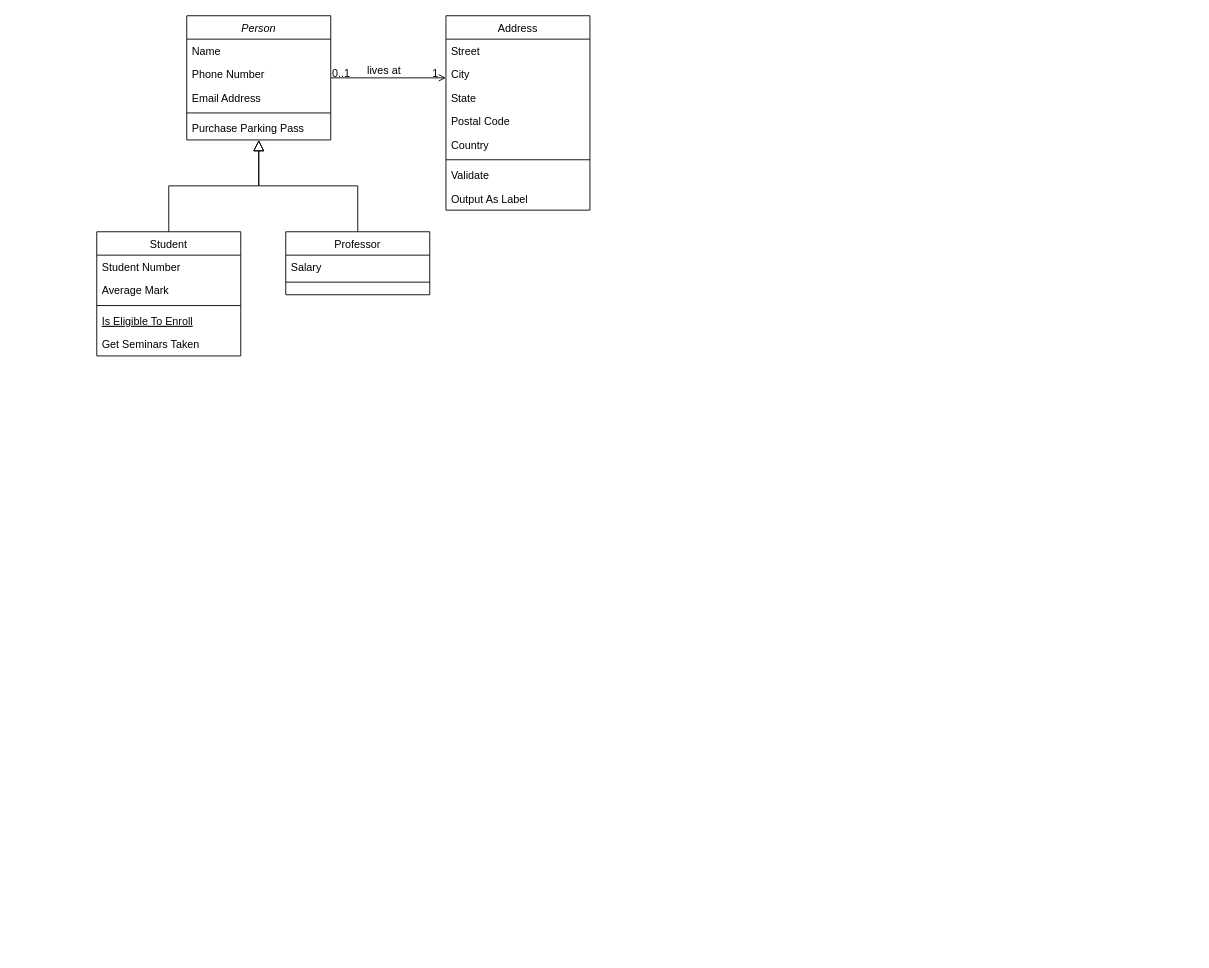
Above: Diagrama de Classes.drawio in bruniculos08/PPR0001 (draw.io), before the change. Source tidied: cells renumbered, new cells numbered last; positions are measured from the earlier drawing's top-left corner, leaving out a move shared by most shapes. Both pictures are drawn from the tidied source at 90%, with x=0, y=0 at pixel (96, 15).
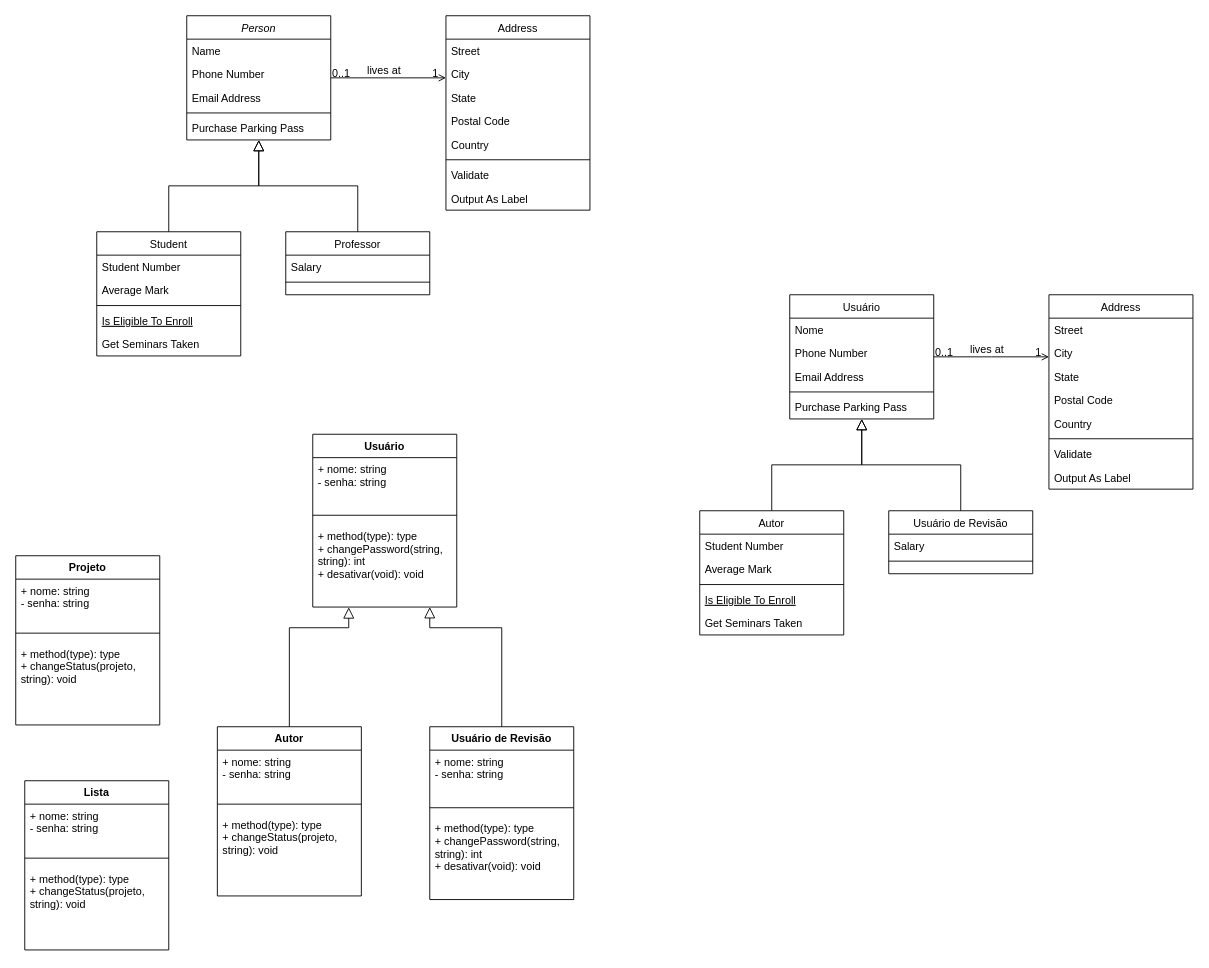
The same diagram, later.

The edit, as a diff of the source:
```diff
@@
+    <mxCell id="32" value="Usuário" style="swimlane;fontStyle=0;align=center;verticalAlign=top;horizontal=1;startSize=26;rounded=0;shadow=0;strokeWidth=1;" parent="1" vertex="1">
+      <mxGeometry x="770" y="310" width="160" height="138" as="geometry" />
+    </mxCell>
+    <mxCell id="33" value="Nome" style="text;align=left;verticalAlign=top;spacingLeft=4;spacingRight=4;overflow=hidden;" parent="32" vertex="1">
+      <mxGeometry y="26" width="160" height="26" as="geometry" />
+    </mxCell>
+    <mxCell id="34" value="Phone Number" style="text;align=left;verticalAlign=top;spacingLeft=4;spacingRight=4;overflow=hidden;rounded=0;shadow=0;html=0;" parent="32" vertex="1">
+      <mxGeometry y="52" width="160" height="26" as="geometry" />
+    </mxCell>
+    <mxCell id="35" value="Email Address" style="text;align=left;verticalAlign=top;spacingLeft=4;spacingRight=4;overflow=hidden;rounded=0;shadow=0;html=0;" parent="32" vertex="1">
+      <mxGeometry y="78" width="160" height="26" as="geometry" />
+    </mxCell>
+    <mxCell id="36" style="line;html=1;strokeWidth=1;align=left;verticalAlign=middle;spacingTop=-1;spacingLeft=3;spacingRight=3;labelPosition=right;" parent="32" vertex="1">
+      <mxGeometry y="104" width="160" height="8" as="geometry" />
+    </mxCell>
+    <mxCell id="37" value="Purchase Parking Pass" style="text;align=left;verticalAlign=top;spacingLeft=4;spacingRight=4;overflow=hidden;" parent="32" vertex="1">
+      <mxGeometry y="112" width="160" height="26" as="geometry" />
+    </mxCell>
+    <mxCell id="38" value="Autor" style="swimlane;fontStyle=0;align=center;verticalAlign=top;horizontal=1;startSize=26;rounded=0;shadow=0;strokeWidth=1;" parent="1" vertex="1">
+      <mxGeometry x="670" y="550" width="160" height="138" as="geometry" />
+    </mxCell>
+    <mxCell id="39" value="Student Number" style="text;align=left;verticalAlign=top;spacingLeft=4;spacingRight=4;overflow=hidden;" parent="38" vertex="1">
+      <mxGeometry y="26" width="160" height="26" as="geometry" />
+    </mxCell>
+    <mxCell id="40" value="Average Mark" style="text;align=left;verticalAlign=top;spacingLeft=4;spacingRight=4;overflow=hidden;rounded=0;shadow=0;html=0;" parent="38" vertex="1">
+      <mxGeometry y="52" width="160" height="26" as="geometry" />
+    </mxCell>
+    <mxCell id="41" style="line;html=1;strokeWidth=1;align=left;verticalAlign=middle;spacingTop=-1;spacingLeft=3;spacingRight=3;labelPosition=right;" parent="38" vertex="1">
+      <mxGeometry y="78" width="160" height="8" as="geometry" />
+    </mxCell>
+    <mxCell id="42" value="Is Eligible To Enroll" style="text;align=left;verticalAlign=top;spacingLeft=4;spacingRight=4;overflow=hidden;fontStyle=4;" parent="38" vertex="1">
+      <mxGeometry y="86" width="160" height="26" as="geometry" />
+    </mxCell>
+    <mxCell id="43" value="Get Seminars Taken" style="text;align=left;verticalAlign=top;spacingLeft=4;spacingRight=4;overflow=hidden;" parent="38" vertex="1">
+      <mxGeometry y="112" width="160" height="26" as="geometry" />
+    </mxCell>
+    <mxCell id="44" style="endArrow=block;endSize=10;endFill=0;shadow=0;strokeWidth=1;rounded=0;edgeStyle=elbowEdgeStyle;elbow=vertical;" parent="1" edge="1" source="38" target="32">
+      <mxGeometry relative="1" as="geometry" />
+    </mxCell>
+    <mxCell id="45" value="Usuário de Revisão" style="swimlane;fontStyle=0;align=center;verticalAlign=top;horizontal=1;startSize=26;rounded=0;shadow=0;strokeWidth=1;" parent="1" vertex="1">
+      <mxGeometry x="880" y="550" width="160" height="70" as="geometry" />
+    </mxCell>
+    <mxCell id="46" value="Salary" style="text;align=left;verticalAlign=top;spacingLeft=4;spacingRight=4;overflow=hidden;" parent="45" vertex="1">
+      <mxGeometry y="26" width="160" height="26" as="geometry" />
+    </mxCell>
+    <mxCell id="47" style="line;html=1;strokeWidth=1;align=left;verticalAlign=middle;spacingTop=-1;spacingLeft=3;spacingRight=3;labelPosition=right;" parent="45" vertex="1">
+      <mxGeometry y="52" width="160" height="8" as="geometry" />
+    </mxCell>
+    <mxCell id="48" style="endArrow=block;endSize=10;endFill=0;shadow=0;strokeWidth=1;rounded=0;edgeStyle=elbowEdgeStyle;elbow=vertical;" parent="1" edge="1" source="45" target="32">
+      <mxGeometry relative="1" as="geometry" />
+    </mxCell>
+    <mxCell id="49" value="Address" style="swimlane;fontStyle=0;align=center;verticalAlign=top;horizontal=1;startSize=26;rounded=0;shadow=0;strokeWidth=1;" parent="1" vertex="1">
+      <mxGeometry x="1058" y="310" width="160" height="216" as="geometry" />
+    </mxCell>
+    <mxCell id="50" value="Street" style="text;align=left;verticalAlign=top;spacingLeft=4;spacingRight=4;overflow=hidden;" parent="49" vertex="1">
+      <mxGeometry y="26" width="160" height="26" as="geometry" />
+    </mxCell>
+    <mxCell id="51" value="City" style="text;align=left;verticalAlign=top;spacingLeft=4;spacingRight=4;overflow=hidden;rounded=0;shadow=0;html=0;" parent="49" vertex="1">
+      <mxGeometry y="52" width="160" height="26" as="geometry" />
+    </mxCell>
+    <mxCell id="52" value="State" style="text;align=left;verticalAlign=top;spacingLeft=4;spacingRight=4;overflow=hidden;rounded=0;shadow=0;html=0;" parent="49" vertex="1">
+      <mxGeometry y="78" width="160" height="26" as="geometry" />
+    </mxCell>
+    <mxCell id="53" value="Postal Code" style="text;align=left;verticalAlign=top;spacingLeft=4;spacingRight=4;overflow=hidden;rounded=0;shadow=0;html=0;" parent="49" vertex="1">
+      <mxGeometry y="104" width="160" height="26" as="geometry" />
+    </mxCell>
+    <mxCell id="54" value="Country" style="text;align=left;verticalAlign=top;spacingLeft=4;spacingRight=4;overflow=hidden;rounded=0;shadow=0;html=0;" parent="49" vertex="1">
+      <mxGeometry y="130" width="160" height="26" as="geometry" />
+    </mxCell>
+    <mxCell id="55" style="line;html=1;strokeWidth=1;align=left;verticalAlign=middle;spacingTop=-1;spacingLeft=3;spacingRight=3;labelPosition=right;" parent="49" vertex="1">
+      <mxGeometry y="156" width="160" height="8" as="geometry" />
+    </mxCell>
+    <mxCell id="56" value="Validate" style="text;align=left;verticalAlign=top;spacingLeft=4;spacingRight=4;overflow=hidden;" parent="49" vertex="1">
+      <mxGeometry y="164" width="160" height="26" as="geometry" />
+    </mxCell>
+    <mxCell id="57" value="Output As Label" style="text;align=left;verticalAlign=top;spacingLeft=4;spacingRight=4;overflow=hidden;" parent="49" vertex="1">
+      <mxGeometry y="190" width="160" height="26" as="geometry" />
+    </mxCell>
+    <mxCell id="58" style="endArrow=open;shadow=0;strokeWidth=1;rounded=0;endFill=1;edgeStyle=elbowEdgeStyle;elbow=vertical;" parent="1" edge="1" source="32" target="49">
+      <mxGeometry x="0.5" y="41" relative="1" as="geometry">
+        <mxPoint x="-40" y="32" as="offset" />
+      </mxGeometry>
+    </mxCell>
+    <mxCell id="59" value="0..1" style="align=left;verticalAlign=bottom;labelBackgroundColor=none;fontSize=12;" parent="58" vertex="1">
+      <mxGeometry x="-1" relative="1" as="geometry">
+        <mxPoint y="4" as="offset" />
+      </mxGeometry>
+    </mxCell>
+    <mxCell id="60" value="1" style="align=right;verticalAlign=bottom;labelBackgroundColor=none;fontSize=12;" parent="58" vertex="1">
+      <mxGeometry x="1" relative="1" as="geometry">
+        <mxPoint x="-7" y="4" as="offset" />
+      </mxGeometry>
+    </mxCell>
+    <mxCell id="61" value="lives at" style="text;html=1;align=center;verticalAlign=middle;labelBackgroundColor=none;rounded=0;shadow=0;strokeWidth=1;fontSize=12;" parent="58" vertex="1">
+      <mxGeometry x="0.5" y="49" relative="1" as="geometry">
+        <mxPoint x="-38" y="40" as="offset" />
+      </mxGeometry>
+    </mxCell>
+    <mxCell id="62" value="Usuário" style="swimlane;fontStyle=1;align=center;verticalAlign=top;horizontal=1;startSize=26;" parent="1" vertex="1">
+      <mxGeometry x="240" y="465" width="160" height="192" as="geometry" />
+    </mxCell>
+    <mxCell id="63" value="+ nome: string&#10;- senha: string" style="text;strokeColor=none;fillColor=none;align=left;verticalAlign=top;spacingLeft=4;spacingRight=4;overflow=hidden;" parent="62" vertex="1">
+      <mxGeometry y="26" width="160" height="54" as="geometry" />
+    </mxCell>
+    <mxCell id="64" style="line;strokeWidth=1;fillColor=none;align=left;verticalAlign=middle;spacingTop=-1;spacingLeft=3;spacingRight=3;labelPosition=right;" parent="62" vertex="1">
+      <mxGeometry y="80" width="160" height="20" as="geometry" />
+    </mxCell>
+    <mxCell id="65" value="+ method(type): type&#10;+ changePassword(string,&#10;string): int&#10;+ desativar(void): void " style="text;strokeColor=none;fillColor=none;align=left;verticalAlign=top;spacingLeft=4;spacingRight=4;overflow=hidden;points=[[0,0.5],[1,0.5]];portConstraint=eastwest;" parent="62" vertex="1">
+      <mxGeometry y="100" width="160" height="92" as="geometry" />
+    </mxCell>
+    <mxCell id="66" value="Autor" style="swimlane;fontStyle=1;align=center;verticalAlign=top;horizontal=1;startSize=26;" parent="1" vertex="1">
+      <mxGeometry x="134" y="790" width="160" height="188" as="geometry" />
+    </mxCell>
+    <mxCell id="67" value="+ nome: string&#10;- senha: string" style="text;strokeColor=none;fillColor=none;align=left;verticalAlign=top;spacingLeft=4;spacingRight=4;overflow=hidden;" parent="66" vertex="1">
+      <mxGeometry y="26" width="160" height="50" as="geometry" />
+    </mxCell>
+    <mxCell id="68" style="line;strokeWidth=1;fillColor=none;align=left;verticalAlign=middle;spacingTop=-1;spacingLeft=3;spacingRight=3;labelPosition=right;" parent="66" vertex="1">
+      <mxGeometry y="76" width="160" height="20" as="geometry" />
+    </mxCell>
+    <mxCell id="69" value="+ method(type): type&#10;+ changeStatus(projeto,&#10;string): void" style="text;strokeColor=none;fillColor=none;align=left;verticalAlign=top;spacingLeft=4;spacingRight=4;overflow=hidden;" parent="66" vertex="1">
+      <mxGeometry y="96" width="160" height="92" as="geometry" />
+    </mxCell>
+    <mxCell id="70" style="endArrow=block;endSize=10;endFill=0;shadow=0;strokeWidth=1;rounded=0;edgeStyle=elbowEdgeStyle;elbow=vertical;exitX=0.5;exitY=0;exitDx=0;exitDy=0;entryX=0.25;entryY=1.003;entryDx=0;entryDy=0;entryPerimeter=0;" parent="1" edge="1" source="66" target="65">
+      <mxGeometry relative="1" as="geometry">
+        <Array as="points">
+          <mxPoint x="290" y="680" />
+          <mxPoint x="300" y="710" />
+        </Array>
+      </mxGeometry>
+    </mxCell>
+    <mxCell id="71" value="Usuário de Revisão" style="swimlane;fontStyle=1;align=center;verticalAlign=top;horizontal=1;startSize=26;" parent="1" vertex="1">
+      <mxGeometry x="370" y="790" width="160" height="192" as="geometry" />
+    </mxCell>
+    <mxCell id="72" value="+ nome: string&#10;- senha: string" style="text;strokeColor=none;fillColor=none;align=left;verticalAlign=top;spacingLeft=4;spacingRight=4;overflow=hidden;" parent="71" vertex="1">
+      <mxGeometry y="26" width="160" height="54" as="geometry" />
+    </mxCell>
+    <mxCell id="73" style="line;strokeWidth=1;fillColor=none;align=left;verticalAlign=middle;spacingTop=-1;spacingLeft=3;spacingRight=3;labelPosition=right;" parent="71" vertex="1">
+      <mxGeometry y="80" width="160" height="20" as="geometry" />
+    </mxCell>
+    <mxCell id="74" value="+ method(type): type&#10;+ changePassword(string,&#10;string): int&#10;+ desativar(void): void " style="text;strokeColor=none;fillColor=none;align=left;verticalAlign=top;spacingLeft=4;spacingRight=4;overflow=hidden;" parent="71" vertex="1">
+      <mxGeometry y="100" width="160" height="92" as="geometry" />
+    </mxCell>
+    <mxCell id="75" style="endArrow=block;endSize=10;endFill=0;shadow=0;strokeWidth=1;rounded=0;edgeStyle=elbowEdgeStyle;elbow=vertical;exitX=0.5;exitY=0;exitDx=0;exitDy=0;" parent="1" edge="1" target="65">
+      <mxGeometry relative="1" as="geometry">
+        <mxPoint x="450" y="790" as="sourcePoint" />
+        <Array as="points">
+          <mxPoint x="370" y="680" />
+          <mxPoint x="370" y="710" />
+          <mxPoint x="380" y="720" />
+        </Array>
+      </mxGeometry>
+    </mxCell>
+    <mxCell id="76" value="Projeto" style="swimlane;fontStyle=1;align=center;verticalAlign=top;horizontal=1;startSize=26;" parent="1" vertex="1">
+      <mxGeometry x="-90" y="600" width="160" height="188" as="geometry" />
+    </mxCell>
+    <mxCell id="77" value="+ nome: string&#10;- senha: string" style="text;strokeColor=none;fillColor=none;align=left;verticalAlign=top;spacingLeft=4;spacingRight=4;overflow=hidden;" parent="76" vertex="1">
+      <mxGeometry y="26" width="160" height="50" as="geometry" />
+    </mxCell>
+    <mxCell id="78" style="line;strokeWidth=1;fillColor=none;align=left;verticalAlign=middle;spacingTop=-1;spacingLeft=3;spacingRight=3;labelPosition=right;" parent="76" vertex="1">
+      <mxGeometry y="76" width="160" height="20" as="geometry" />
+    </mxCell>
+    <mxCell id="79" value="+ method(type): type&#10;+ changeStatus(projeto,&#10;string): void" style="text;strokeColor=none;fillColor=none;align=left;verticalAlign=top;spacingLeft=4;spacingRight=4;overflow=hidden;" parent="76" vertex="1">
+      <mxGeometry y="96" width="160" height="92" as="geometry" />
+    </mxCell>
+    <mxCell id="80" value="Lista" style="swimlane;fontStyle=1;align=center;verticalAlign=top;horizontal=1;startSize=26;" parent="1" vertex="1">
+      <mxGeometry x="-80" y="850" width="160" height="188" as="geometry" />
+    </mxCell>
+    <mxCell id="81" value="+ nome: string&#10;- senha: string" style="text;strokeColor=none;fillColor=none;align=left;verticalAlign=top;spacingLeft=4;spacingRight=4;overflow=hidden;" parent="80" vertex="1">
+      <mxGeometry y="26" width="160" height="50" as="geometry" />
+    </mxCell>
+    <mxCell id="82" style="line;strokeWidth=1;fillColor=none;align=left;verticalAlign=middle;spacingTop=-1;spacingLeft=3;spacingRight=3;labelPosition=right;" parent="80" vertex="1">
+      <mxGeometry y="76" width="160" height="20" as="geometry" />
+    </mxCell>
+    <mxCell id="83" value="+ method(type): type&#10;+ changeStatus(projeto,&#10;string): void" style="text;strokeColor=none;fillColor=none;align=left;verticalAlign=top;spacingLeft=4;spacingRight=4;overflow=hidden;" parent="80" vertex="1">
+      <mxGeometry y="96" width="160" height="92" as="geometry" />
+    </mxCell>
```
